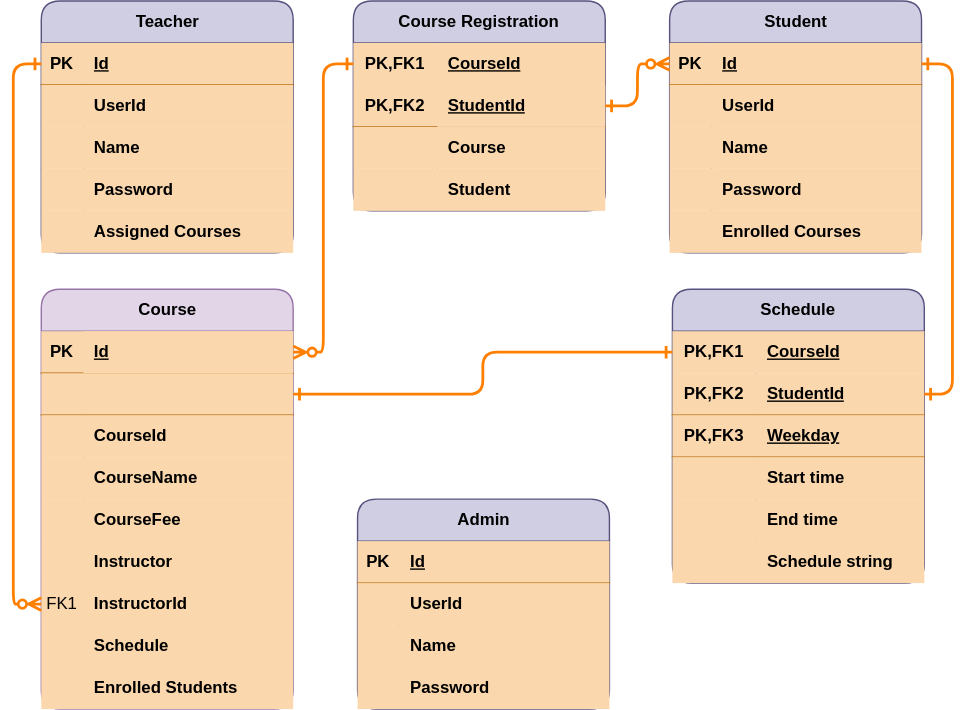
Above: demo/CourseManagement_ERD.svg in MohammadRokib/CourseManagement (draw.io), before the change. Source tidied: cells renumbered, new cells last; positions are measured from the earlier drawing's top-left corner, leaving out a move shared by most shapes.
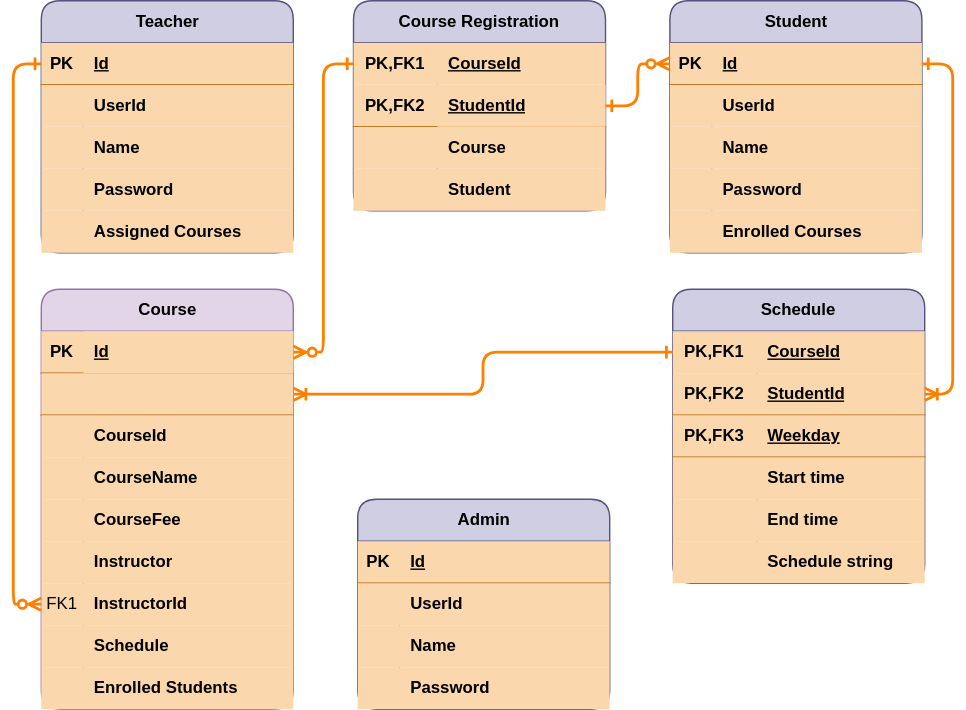
The same diagram one commit later.

Commit message:
deleted existing ERD

Change to the diagram source:
```diff
@@ -326,10 +326,10 @@
     <mxCell id="109" value="&lt;b&gt;Schedule string&lt;/b&gt;" style="shape=partialRectangle;fillColor=none;top=0;left=0;bottom=0;right=0;align=left;spacingLeft=6;overflow=hidden;html=1;whiteSpace=wrap;" parent="107" vertex="1">
       <mxGeometry x="60" width="120" height="30" as="geometry" />
     </mxCell>
-    <mxCell id="110" style="edgeStyle=orthogonalEdgeStyle;rounded=1;jettySize=auto;html=1;exitX=1;exitY=0.5;exitDx=0;exitDy=0;entryX=0;entryY=0.5;entryDx=0;entryDy=0;strokeWidth=2;startArrow=ERone;startFill=0;endArrow=ERone;endFill=0;curved=0;strokeColor=#FF8000;" parent="1" edge="1" source="51" target="92">
+    <mxCell id="110" style="edgeStyle=orthogonalEdgeStyle;rounded=1;jettySize=auto;html=1;exitX=1;exitY=0.5;exitDx=0;exitDy=0;entryX=0;entryY=0.5;entryDx=0;entryDy=0;strokeWidth=2;startArrow=ERoneToMany;startFill=0;endArrow=ERone;endFill=0;curved=0;strokeColor=#FF8000;" parent="1" edge="1" source="51" target="92">
       <mxGeometry relative="1" as="geometry" />
     </mxCell>
-    <mxCell id="111" style="edgeStyle=orthogonalEdgeStyle;rounded=1;jettySize=auto;html=1;exitX=1;exitY=0.5;exitDx=0;exitDy=0;entryX=1;entryY=0.5;entryDx=0;entryDy=0;startArrow=ERone;startFill=0;endArrow=ERone;endFill=0;strokeWidth=2;curved=0;strokeColor=#FF8000;" parent="1" edge="1" source="32" target="95">
+    <mxCell id="111" style="edgeStyle=orthogonalEdgeStyle;rounded=1;jettySize=auto;html=1;exitX=1;exitY=0.5;exitDx=0;exitDy=0;entryX=1;entryY=0.5;entryDx=0;entryDy=0;startArrow=ERone;startFill=0;endArrow=ERoneToMany;endFill=0;strokeWidth=2;curved=0;strokeColor=#FF8000;" parent="1" edge="1" source="32" target="95">
       <mxGeometry relative="1" as="geometry" />
     </mxCell>
   </root>
```
